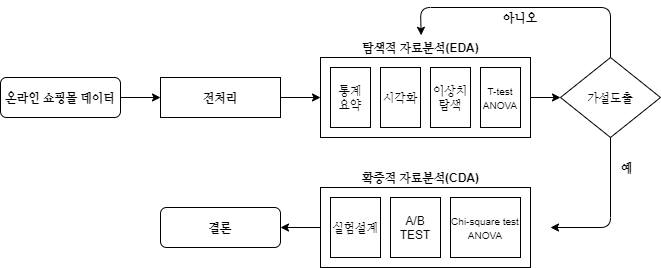
Before: Untitled Diagram.png, a diagram exported from draw.io (chldnjstjr/Lpoint). Source tidied: cells renumbered, new cells last; positions are measured from the earlier drawing's top-left corner, leaving out a move shared by most shapes.
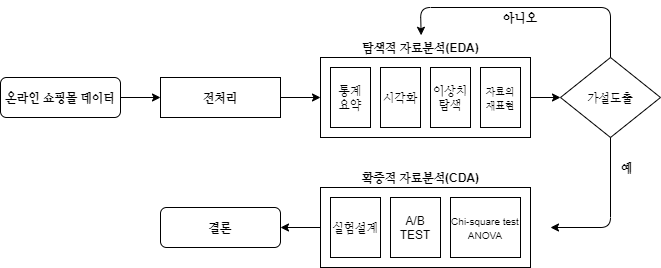
Above is the later version.

What changed in the source:
```diff
@@ -36,7 +36,7 @@
     <mxCell id="11" value="이상치 탐색" style="rounded=0;whiteSpace=wrap;html=1;" parent="1" vertex="1">
       <mxGeometry x="430" y="60" width="40" height="60" as="geometry" />
     </mxCell>
-    <mxCell id="12" value="&lt;font style=&quot;font-size: 10px&quot;&gt;T-test&lt;br&gt;ANOVA&lt;/font&gt;" style="rounded=0;whiteSpace=wrap;html=1;" parent="1" vertex="1">
+    <mxCell id="12" value="&lt;span style=&quot;font-size: 10px&quot;&gt;자료의 재표현&lt;/span&gt;" style="rounded=0;whiteSpace=wrap;html=1;" parent="1" vertex="1">
       <mxGeometry x="480" y="60" width="40" height="60" as="geometry" />
     </mxCell>
     <mxCell id="13" value="가설도출" style="rhombus;whiteSpace=wrap;html=1;rounded=0;" parent="1" vertex="1">
```
